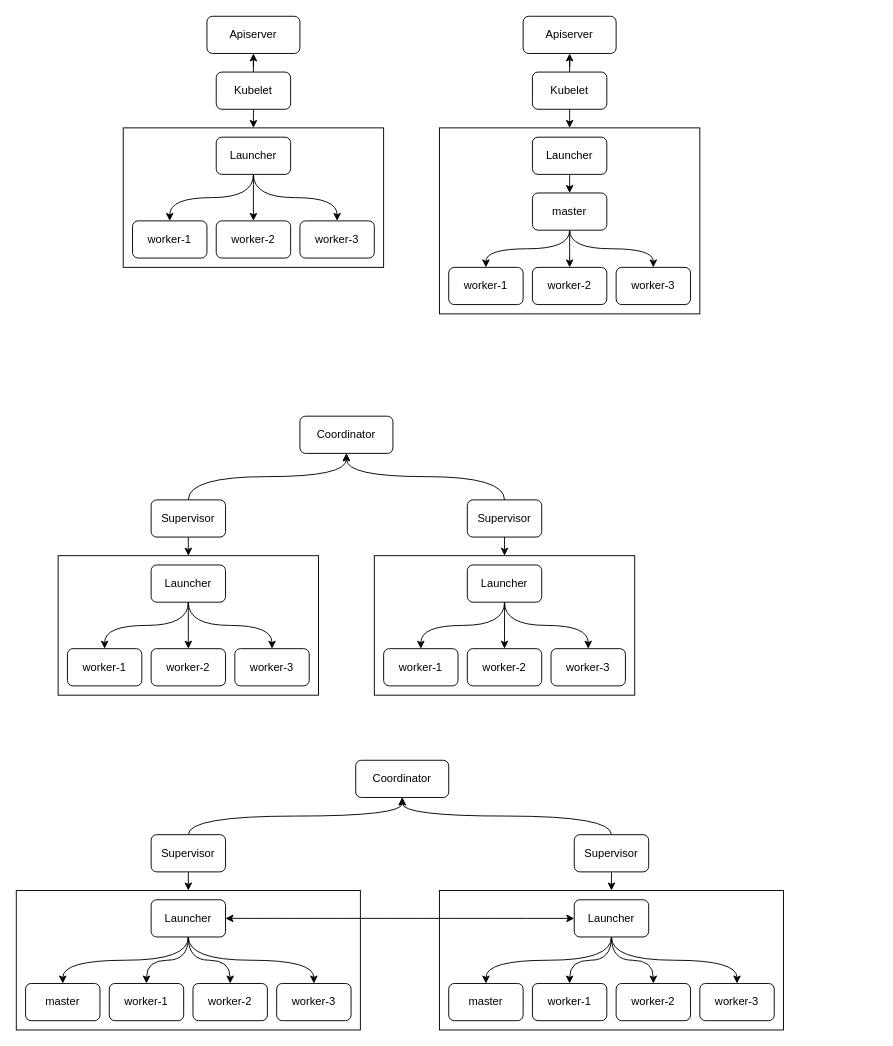
Earlier version of the draw.io diagram page "第 16 页" (16 of 16) of 分享.drawio (chlq1128/Mycode). Source tidied: cells renumbered, new cells numbered last; positions are measured from the earlier drawing's top-left corner, leaving out a move shared by most shapes. Both pictures are drawn from the tidied source at 93%, with x=0, y=0 at pixel (16, 16).
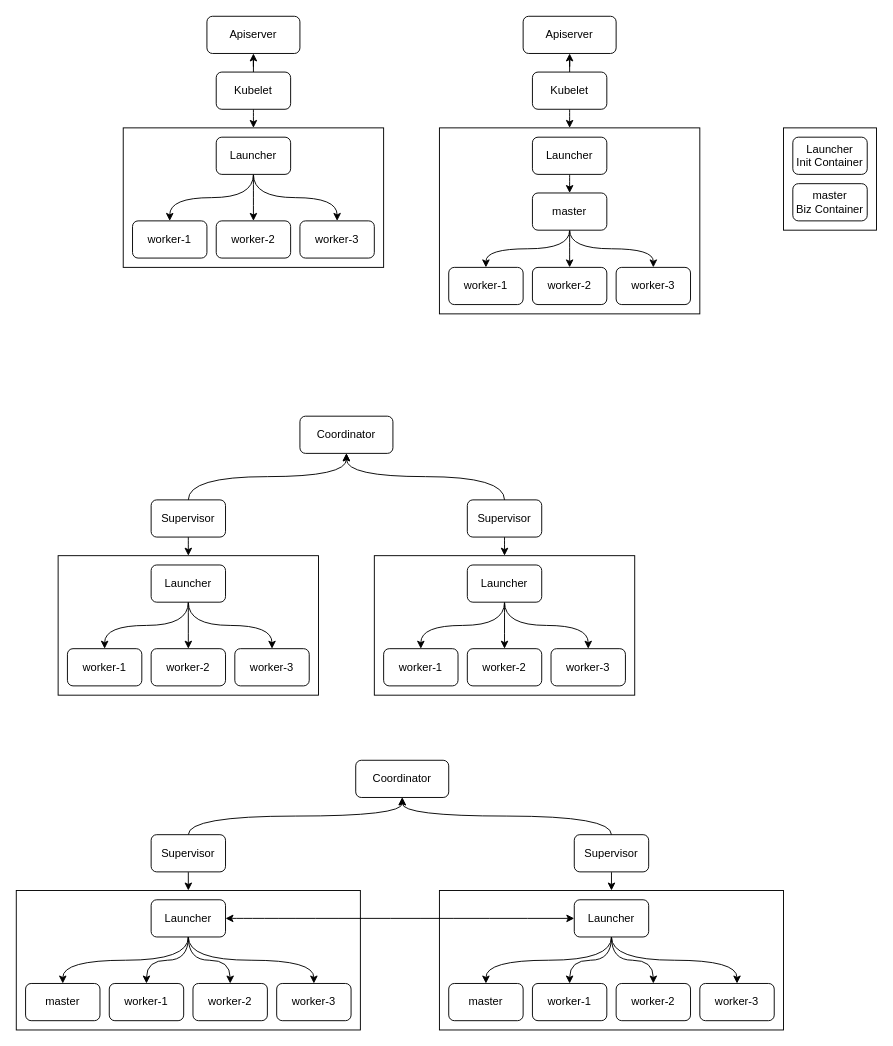
After the change.

Change to the diagram source:
```diff
@@
+    <mxCell id="79" style="group;" parent="1" vertex="1">
+      <mxGeometry x="825" y="120" width="100" height="110" as="geometry" />
+    </mxCell>
+    <mxCell id="80" style="rounded=0;whiteSpace=wrap;html=1;" parent="79" vertex="1">
+      <mxGeometry width="100" height="110" as="geometry" />
+    </mxCell>
+    <mxCell id="81" value="Launcher&lt;br&gt;Init Container" style="rounded=1;whiteSpace=wrap;html=1;" parent="79" vertex="1">
+      <mxGeometry x="10" y="10" width="80" height="40" as="geometry" />
+    </mxCell>
+    <mxCell id="82" value="master&lt;br&gt;Biz Container" style="rounded=1;whiteSpace=wrap;html=1;" parent="79" vertex="1">
+      <mxGeometry x="10" y="60" width="80" height="40" as="geometry" />
+    </mxCell>
```
